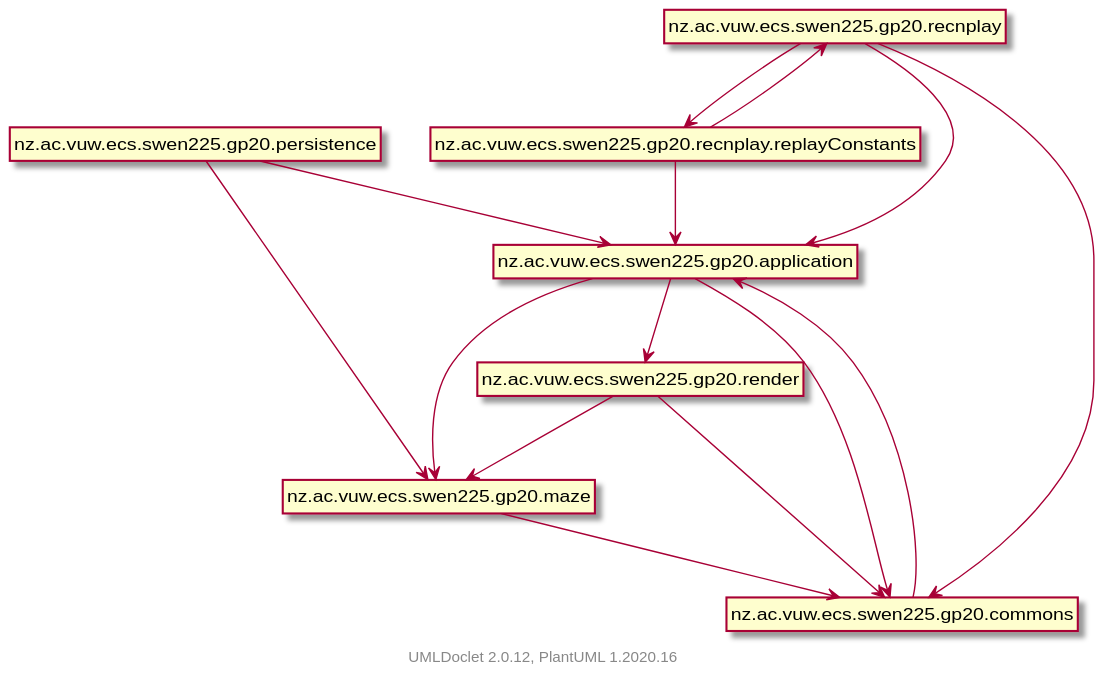
The PlantUML diagram docs/package-dependencies.svg in isabellalily6/ChipsChallengeGame, before a commit. Its diagram source:
```plantuml
@startuml
    set namespaceSeparator none
    hide circle
    hide empty fields
    hide empty methods

    nz.ac.vuw.ecs.swen225.gp20.application --> nz.ac.vuw.ecs.swen225.gp20.maze
    nz.ac.vuw.ecs.swen225.gp20.application --> nz.ac.vuw.ecs.swen225.gp20.render
    nz.ac.vuw.ecs.swen225.gp20.application --> nz.ac.vuw.ecs.swen225.gp20.commons
    nz.ac.vuw.ecs.swen225.gp20.commons --> nz.ac.vuw.ecs.swen225.gp20.application
    nz.ac.vuw.ecs.swen225.gp20.maze --> nz.ac.vuw.ecs.swen225.gp20.commons
    nz.ac.vuw.ecs.swen225.gp20.persistence --> nz.ac.vuw.ecs.swen225.gp20.maze
    nz.ac.vuw.ecs.swen225.gp20.persistence --> nz.ac.vuw.ecs.swen225.gp20.application
    nz.ac.vuw.ecs.swen225.gp20.recnplay --> nz.ac.vuw.ecs.swen225.gp20.application
    nz.ac.vuw.ecs.swen225.gp20.recnplay --> nz.ac.vuw.ecs.swen225.gp20.recnplay.replayConstants
    nz.ac.vuw.ecs.swen225.gp20.recnplay --> nz.ac.vuw.ecs.swen225.gp20.commons
    nz.ac.vuw.ecs.swen225.gp20.recnplay.replayConstants --> nz.ac.vuw.ecs.swen225.gp20.recnplay
    nz.ac.vuw.ecs.swen225.gp20.recnplay.replayConstants --> nz.ac.vuw.ecs.swen225.gp20.application
    nz.ac.vuw.ecs.swen225.gp20.render --> nz.ac.vuw.ecs.swen225.gp20.maze
    nz.ac.vuw.ecs.swen225.gp20.render --> nz.ac.vuw.ecs.swen225.gp20.commons

    class "nz.ac.vuw.ecs.swen225.gp20.application" [[nz/ac/vuw/ecs/swen225/gp20/application/package-summary.html]] {
    }
    class "nz.ac.vuw.ecs.swen225.gp20.maze" [[nz/ac/vuw/ecs/swen225/gp20/maze/package-summary.html]] {
    }
    class "nz.ac.vuw.ecs.swen225.gp20.render" [[nz/ac/vuw/ecs/swen225/gp20/render/package-summary.html]] {
    }
    class "nz.ac.vuw.ecs.swen225.gp20.commons" [[nz/ac/vuw/ecs/swen225/gp20/commons/package-summary.html]] {
    }
    class "nz.ac.vuw.ecs.swen225.gp20.persistence" [[nz/ac/vuw/ecs/swen225/gp20/persistence/package-summary.html]] {
    }
    class "nz.ac.vuw.ecs.swen225.gp20.recnplay" [[nz/ac/vuw/ecs/swen225/gp20/recnplay/package-summary.html]] {
    }
    class "nz.ac.vuw.ecs.swen225.gp20.recnplay.replayConstants" [[nz/ac/vuw/ecs/swen225/gp20/recnplay/replayConstants/package-summary.html]] {
    }

    center footer UMLDoclet 2.0.12, PlantUML 1.2020.16
@enduml
```
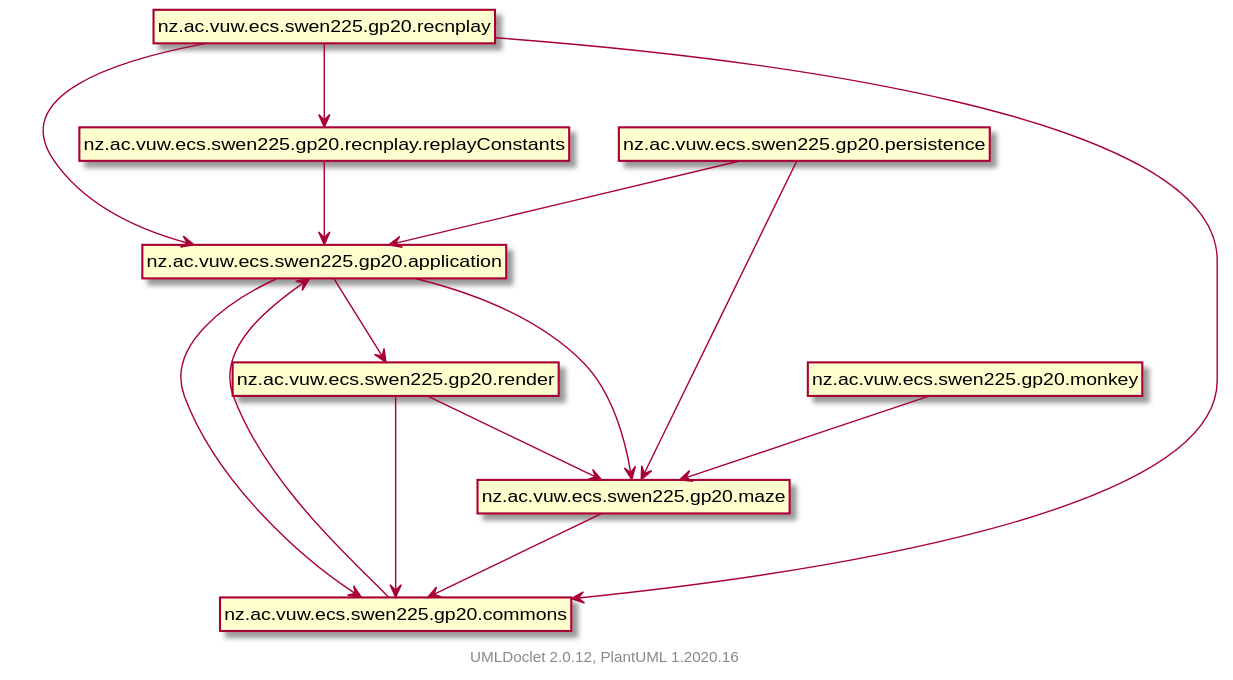
Above is the later version.

The edit, as a diff of the source:
```diff
@@ -14,10 +14,10 @@
     nz.ac.vuw.ecs.swen225.gp20.recnplay --> nz.ac.vuw.ecs.swen225.gp20.application
     nz.ac.vuw.ecs.swen225.gp20.recnplay --> nz.ac.vuw.ecs.swen225.gp20.recnplay.replayConstants
     nz.ac.vuw.ecs.swen225.gp20.recnplay --> nz.ac.vuw.ecs.swen225.gp20.commons
-    nz.ac.vuw.ecs.swen225.gp20.recnplay.replayConstants --> nz.ac.vuw.ecs.swen225.gp20.recnplay
     nz.ac.vuw.ecs.swen225.gp20.recnplay.replayConstants --> nz.ac.vuw.ecs.swen225.gp20.application
     nz.ac.vuw.ecs.swen225.gp20.render --> nz.ac.vuw.ecs.swen225.gp20.maze
     nz.ac.vuw.ecs.swen225.gp20.render --> nz.ac.vuw.ecs.swen225.gp20.commons
+    nz.ac.vuw.ecs.swen225.gp20.monkey --> nz.ac.vuw.ecs.swen225.gp20.maze
 
     class "nz.ac.vuw.ecs.swen225.gp20.application" [[nz/ac/vuw/ecs/swen225/gp20/application/package-summary.html]] {
     }
@@ -33,6 +33,8 @@
     }
     class "nz.ac.vuw.ecs.swen225.gp20.recnplay.replayConstants" [[nz/ac/vuw/ecs/swen225/gp20/recnplay/replayConstants/package-summary.html]] {
     }
+    class "nz.ac.vuw.ecs.swen225.gp20.monkey" [[nz/ac/vuw/ecs/swen225/gp20/monkey/package-summary.html]] {
+    }
 
     center footer UMLDoclet 2.0.12, PlantUML 1.2020.16
 @enduml
```
